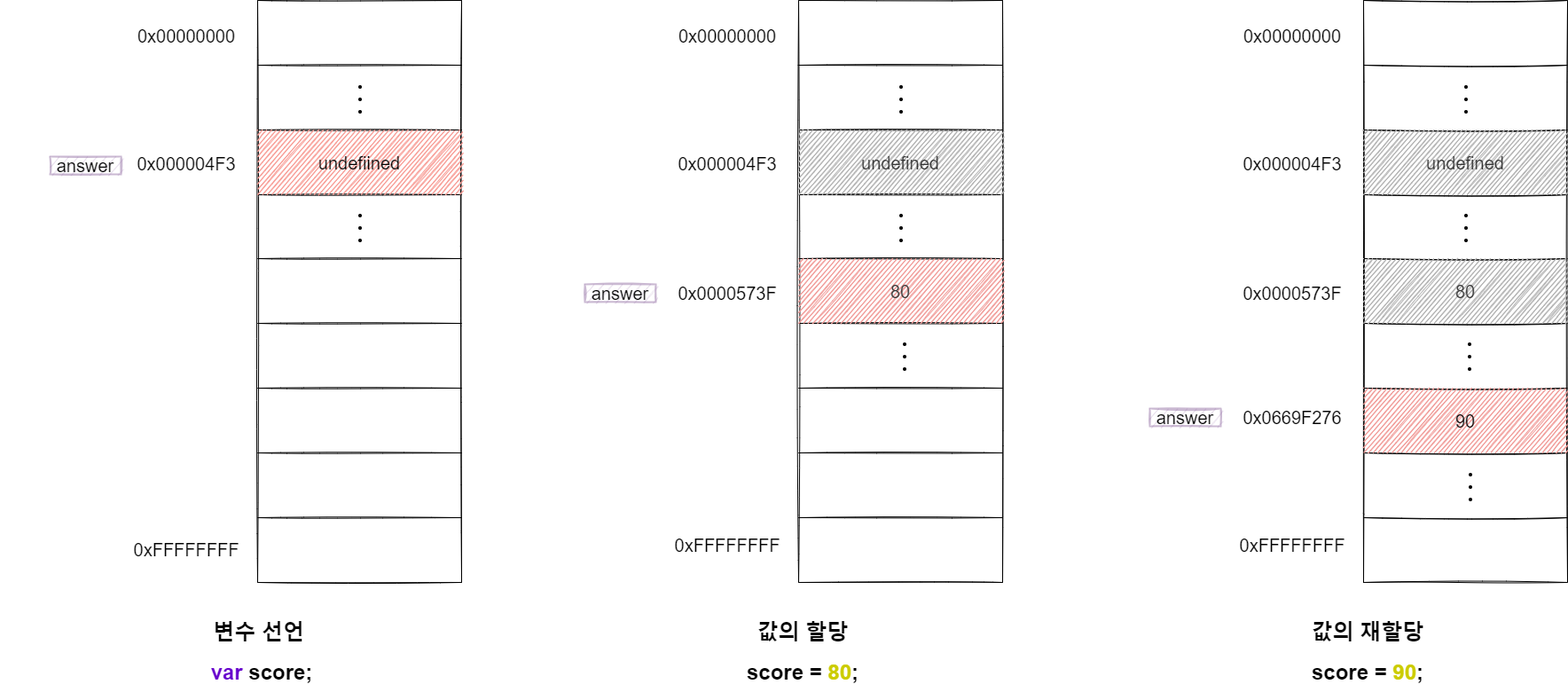
canmarkme/Today-ILearned keeps this draw.io diagram as JavaScript/images/reassignment.png. Above is the earlier version. Source tidied: cells renumbered, new cells last; positions are measured from the earlier drawing's top-left corner, leaving out a move shared by most shapes.
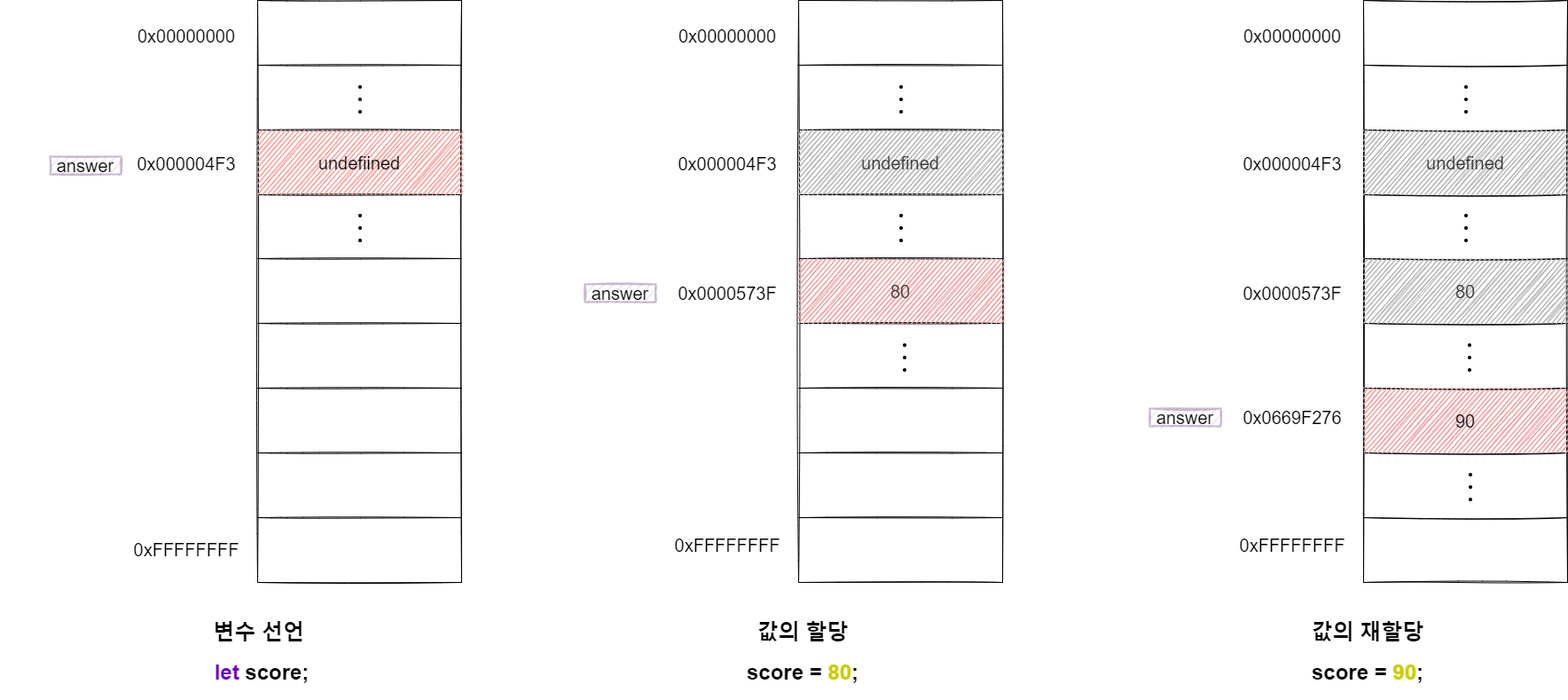
After the change.

The edit, as a diff of the source:
```diff
@@ -71,7 +71,7 @@
     <mxCell id="24" value="&lt;font style=&quot;font-size: 20px&quot;&gt;0xFFFFFFFF&lt;/font&gt;" style="text;html=1;strokeColor=none;fillColor=none;align=center;verticalAlign=middle;whiteSpace=wrap;rounded=0;sketch=0;" parent="2" vertex="1">
       <mxGeometry x="130" y="609" width="160" height="20" as="geometry" />
     </mxCell>
-    <mxCell id="25" value="&lt;h1&gt;변수 선언&amp;nbsp;&lt;/h1&gt;&lt;h1&gt;&lt;font color=&quot;#6600cc&quot;&gt;var&lt;/font&gt; score;&lt;/h1&gt;" style="text;html=1;strokeColor=none;fillColor=none;align=center;verticalAlign=middle;whiteSpace=wrap;rounded=0;sketch=0;" parent="2" vertex="1">
+    <mxCell id="25" value="&lt;h1&gt;변수 선언&amp;nbsp;&lt;/h1&gt;&lt;h1&gt;&lt;font color=&quot;#6600cc&quot;&gt;let&lt;/font&gt;&amp;nbsp;score;&lt;/h1&gt;" style="text;html=1;strokeColor=none;fillColor=none;align=center;verticalAlign=middle;whiteSpace=wrap;rounded=0;sketch=0;" parent="2" vertex="1">
       <mxGeometry x="210" y="690" width="170" height="90" as="geometry" />
     </mxCell>
     <mxCell id="26" value="&lt;span style=&quot;font-size: 20px&quot;&gt;answer&lt;/span&gt;" style="text;html=1;strokeColor=#9673a6;fillColor=#e1d5e7;align=center;verticalAlign=middle;whiteSpace=wrap;rounded=0;sketch=1;opacity=50;strokeWidth=2;" parent="2" vertex="1">
```
